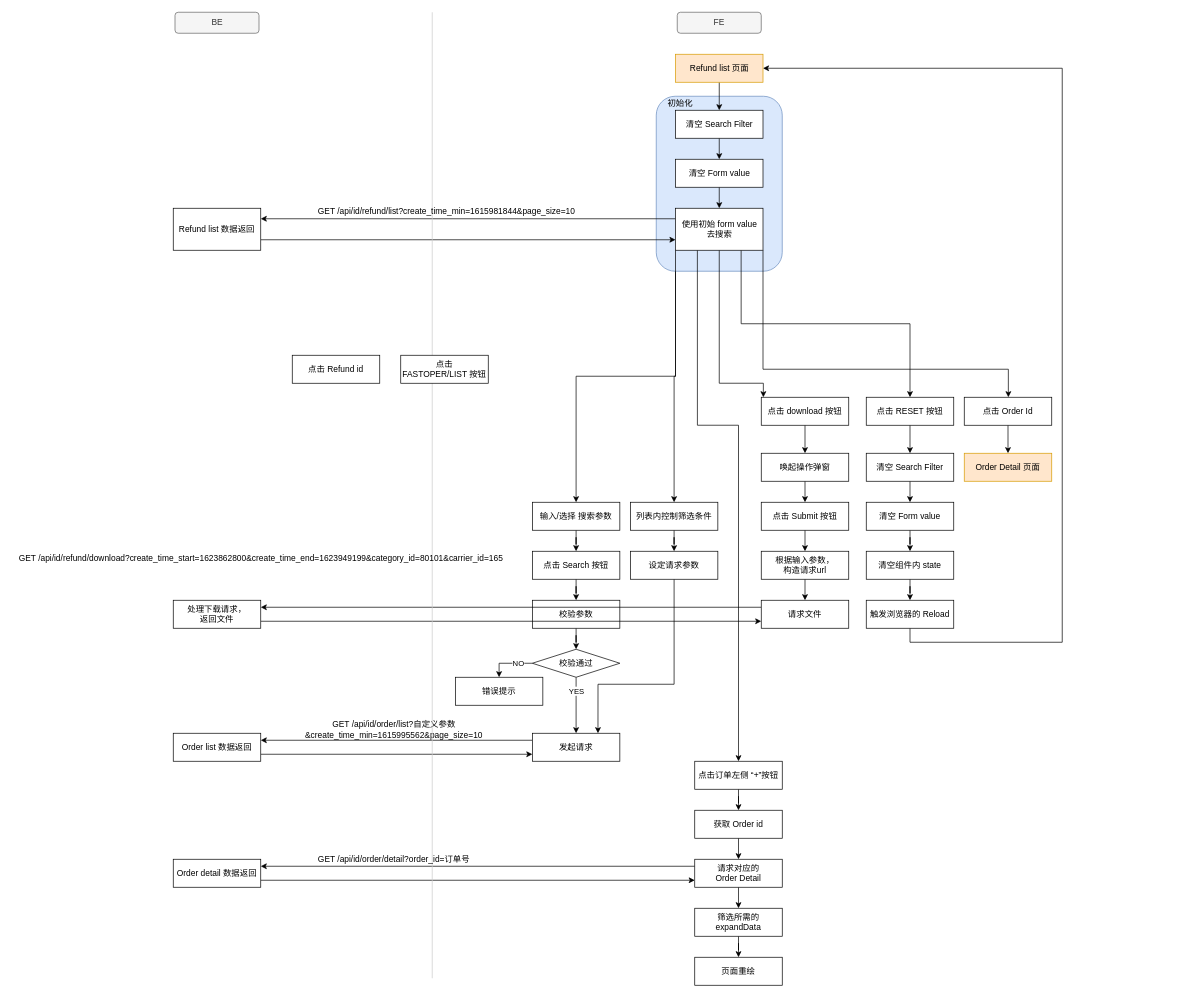
This is page "refund" (3 of 4) of Admin/admin.drawio from junhong2021/Hotel-, a draw.io file, before an edit. Source tidied: cells renumbered, new cells numbered last; positions are measured from the earlier drawing's top-left corner, leaving out a move shared by most shapes. Both pictures are drawn from the tidied source at 70%, with x=0, y=0 at pixel (12, 12).
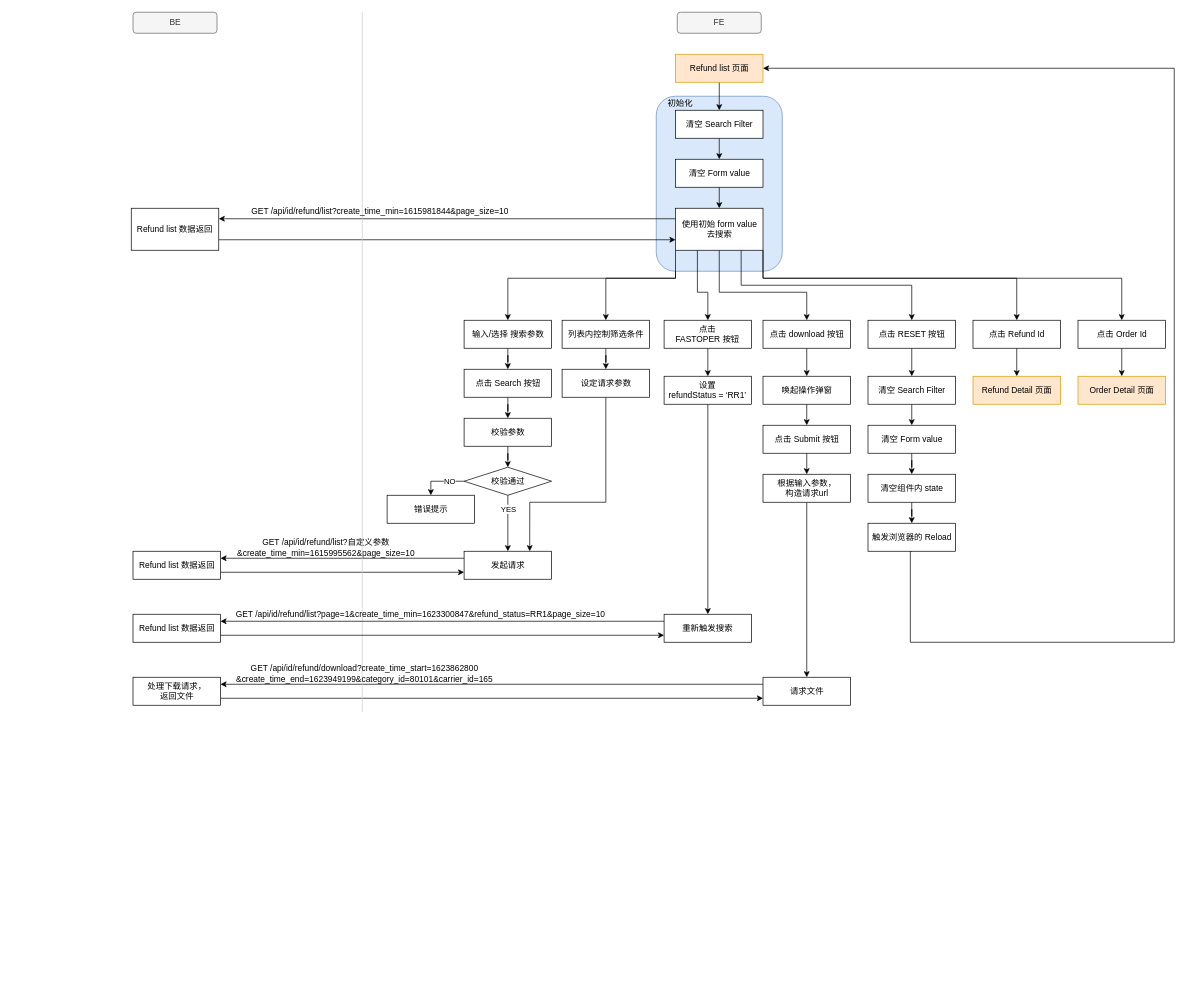
The same page after the edit.

The change refers to these unchanged cells:
```xml
<mxCell id="7" value="Refund list 页面" style="rounded=0;whiteSpace=wrap;html=1;fillColor=#ffe6cc;strokeColor=#d79b00;" parent="1" vertex="1">
  <mxGeometry x="947.5" y="60" width="125" height="40" as="geometry" />
</mxCell>
<mxCell id="22" value="使用初始 form value&lt;br&gt;去搜索" style="rounded=0;whiteSpace=wrap;html=1;" parent="1" vertex="1">
  <mxGeometry x="947.5" y="280" width="125" height="60" as="geometry" />
</mxCell>
```

What changed in the source:
```diff
@@
-<mxGraphModel>
+<mxGraphModel background="#ffffff">
@@
-    <mxCell id="2" style="edgeStyle=orthogonalEdgeStyle;rounded=0;jumpStyle=arc;jettySize=auto;html=1;exitX=1;exitY=0.75;exitDx=0;exitDy=0;entryX=0;entryY=0.75;entryDx=0;entryDy=0;" parent="1" edge="1" source="81" target="58">
-      <mxGeometry relative="1" as="geometry" />
-    </mxCell>
-    <mxCell id="3" style="edgeStyle=orthogonalEdgeStyle;rounded=0;jumpStyle=arc;jettySize=auto;html=1;exitX=0;exitY=0.25;exitDx=0;exitDy=0;entryX=1;entryY=0.25;entryDx=0;entryDy=0;" parent="1" edge="1" source="58" target="81">
-      <mxGeometry relative="1" as="geometry" />
-    </mxCell>
     <mxCell id="4" style="edgeStyle=orthogonalEdgeStyle;rounded=0;jettySize=auto;html=1;exitX=0;exitY=1;exitDx=0;exitDy=0;entryX=0.5;entryY=0;entryDx=0;entryDy=0;jumpStyle=arc;" parent="1" edge="1" source="22" target="50">
-      <mxGeometry relative="1" as="geometry" />
+      <mxGeometry relative="1" as="geometry">
+        <Array as="points">
+          <mxPoint x="948" y="380" />
+          <mxPoint x="848" y="380" />
+        </Array>
+      </mxGeometry>
     </mxCell>
@@
     <mxCell id="8" value="BE" style="rounded=1;whiteSpace=wrap;html=1;fillColor=#f5f5f5;strokeColor=#666666;fontColor=#333333;" parent="1" vertex="1">
-      <mxGeometry x="232.5" width="120" height="30" as="geometry" />
+      <mxGeometry x="172.5" width="120" height="30" as="geometry" />
     </mxCell>
@@
     <mxCell id="11" value="Refund list 数据返回" style="rounded=0;whiteSpace=wrap;html=1;" parent="1" vertex="1">
-      <mxGeometry x="230" y="280" width="125" height="60" as="geometry" />
+      <mxGeometry x="170" y="280" width="125" height="60" as="geometry" />
     </mxCell>
@@
+    <mxCell id="20" style="edgeStyle=orthogonalEdgeStyle;rounded=0;jettySize=auto;html=1;exitX=0;exitY=1;exitDx=0;exitDy=0;jumpStyle=arc;" parent="1" edge="1" source="22" target="25">
+      <mxGeometry relative="1" as="geometry">
+        <Array as="points">
+          <mxPoint x="948" y="380" />
+          <mxPoint x="708" y="380" />
+        </Array>
+      </mxGeometry>
+    </mxCell>
+    <mxCell id="86" style="edgeStyle=orthogonalEdgeStyle;rounded=0;jettySize=auto;html=1;exitX=0.25;exitY=1;exitDx=0;exitDy=0;entryX=0.5;entryY=0;entryDx=0;entryDy=0;" parent="1" edge="1" source="22" target="83">
+      <mxGeometry relative="1" as="geometry">
+        <Array as="points">
+          <mxPoint x="979" y="400" />
+          <mxPoint x="994" y="400" />
+        </Array>
+      </mxGeometry>
+    </mxCell>
-    <mxCell id="18" style="edgeStyle=orthogonalEdgeStyle;rounded=0;jettySize=auto;html=1;exitX=0.5;exitY=1;exitDx=0;exitDy=0;" parent="1" edge="1" source="22" target="36">
+    <mxCell id="18" style="edgeStyle=orthogonalEdgeStyle;rounded=0;jettySize=auto;html=1;exitX=0.5;exitY=1;exitDx=0;exitDy=0;entryX=0.5;entryY=0;entryDx=0;entryDy=0;" parent="1" edge="1" source="22" target="36">
       <mxGeometry relative="1" as="geometry">
         <Array as="points">
-          <mxPoint x="1010" y="530" />
-          <mxPoint x="1073" y="530" />
+          <mxPoint x="1010" y="400" />
+          <mxPoint x="1135" y="400" />
         </Array>
       </mxGeometry>
     </mxCell>
+    <mxCell id="87" style="edgeStyle=orthogonalEdgeStyle;rounded=0;jettySize=auto;html=1;exitX=1;exitY=1;exitDx=0;exitDy=0;entryX=0.5;entryY=0;entryDx=0;entryDy=0;" parent="1" edge="1" source="22" target="89">
+      <mxGeometry relative="1" as="geometry">
+        <Array as="points">
+          <mxPoint x="1072" y="380" />
+          <mxPoint x="1435" y="380" />
+        </Array>
+      </mxGeometry>
+    </mxCell>
-    <mxCell id="19" style="edgeStyle=orthogonalEdgeStyle;rounded=0;jettySize=auto;html=1;exitX=1;exitY=1;exitDx=0;exitDy=0;" parent="1" edge="1" source="22" target="48">
+    <mxCell id="19" style="edgeStyle=orthogonalEdgeStyle;rounded=0;jettySize=auto;html=1;exitX=1;exitY=1;exitDx=0;exitDy=0;entryX=0.5;entryY=0;entryDx=0;entryDy=0;" parent="1" edge="1" source="22" target="48">
       <mxGeometry relative="1" as="geometry">
         <Array as="points">
-          <mxPoint x="1073" y="510" />
-          <mxPoint x="1423" y="510" />
+          <mxPoint x="1072" y="380" />
+          <mxPoint x="1585" y="380" />
         </Array>
       </mxGeometry>
     </mxCell>
-    <mxCell id="20" style="edgeStyle=orthogonalEdgeStyle;rounded=0;jettySize=auto;html=1;exitX=0;exitY=1;exitDx=0;exitDy=0;jumpStyle=arc;" parent="1" edge="1" source="22" target="25">
-      <mxGeometry relative="1" as="geometry" />
-    </mxCell>
-    <mxCell id="21" style="edgeStyle=orthogonalEdgeStyle;rounded=0;jumpStyle=arc;jettySize=auto;html=1;exitX=0.25;exitY=1;exitDx=0;exitDy=0;entryX=0.5;entryY=0;entryDx=0;entryDy=0;" parent="1" edge="1" source="22" target="54">
-      <mxGeometry relative="1" as="geometry">
-        <Array as="points">
-          <mxPoint x="979" y="590" />
-          <mxPoint x="1038" y="590" />
-        </Array>
-      </mxGeometry>
-    </mxCell>
@@
     <mxCell id="25" value="输入/选择 搜索参数" style="rounded=0;whiteSpace=wrap;html=1;" parent="1" vertex="1">
-      <mxGeometry x="743" y="700" width="125" height="40" as="geometry" />
+      <mxGeometry x="645.5" y="440" width="125" height="40" as="geometry" />
     </mxCell>
@@
     <mxCell id="27" value="点击 Search 按钮" style="rounded=0;whiteSpace=wrap;html=1;" parent="1" vertex="1">
-      <mxGeometry x="743" y="770" width="125" height="40" as="geometry" />
+      <mxGeometry x="645.5" y="510" width="125" height="40" as="geometry" />
     </mxCell>
@@
     <mxCell id="29" value="校验参数" style="rounded=0;whiteSpace=wrap;html=1;" parent="1" vertex="1">
-      <mxGeometry x="743" y="840" width="125" height="40" as="geometry" />
+      <mxGeometry x="645.5" y="580" width="125" height="40" as="geometry" />
     </mxCell>
@@
     <mxCell id="31" value="发起请求" style="rounded=0;whiteSpace=wrap;html=1;" parent="1" vertex="1">
-      <mxGeometry x="743" y="1030" width="125" height="40" as="geometry" />
+      <mxGeometry x="645.5" y="770" width="125" height="40" as="geometry" />
     </mxCell>
     <mxCell id="32" value="错误提示" style="rounded=0;whiteSpace=wrap;html=1;" parent="1" vertex="1">
-      <mxGeometry x="633" y="950" width="125" height="40" as="geometry" />
+      <mxGeometry x="535.5" y="690" width="125" height="40" as="geometry" />
     </mxCell>
@@
     <mxCell id="34" value="点击 RESET 按钮" style="rounded=0;whiteSpace=wrap;html=1;" parent="1" vertex="1">
-      <mxGeometry x="1220" y="550" width="125" height="40" as="geometry" />
+      <mxGeometry x="1222.5" y="440" width="125" height="40" as="geometry" />
     </mxCell>
@@
     <mxCell id="36" value="点击 download 按钮" style="rounded=0;whiteSpace=wrap;html=1;" parent="1" vertex="1">
-      <mxGeometry x="1070" y="550" width="125" height="40" as="geometry" />
+      <mxGeometry x="1072.5" y="440" width="125" height="40" as="geometry" />
     </mxCell>
@@
     <mxCell id="38" value="唤起操作弹窗" style="rounded=0;whiteSpace=wrap;html=1;" parent="1" vertex="1">
-      <mxGeometry x="1070" y="630" width="125" height="40" as="geometry" />
+      <mxGeometry x="1072.5" y="520" width="125" height="40" as="geometry" />
     </mxCell>
@@
     <mxCell id="40" value="点击 Submit 按钮" style="rounded=0;whiteSpace=wrap;html=1;" parent="1" vertex="1">
-      <mxGeometry x="1070" y="700" width="125" height="40" as="geometry" />
+      <mxGeometry x="1072.5" y="590" width="125" height="40" as="geometry" />
     </mxCell>
@@
     <mxCell id="42" value="根据输入参数，&lt;br&gt;构造请求url" style="rounded=0;whiteSpace=wrap;html=1;" parent="1" vertex="1">
-      <mxGeometry x="1070" y="770" width="125" height="40" as="geometry" />
+      <mxGeometry x="1072.5" y="660" width="125" height="40" as="geometry" />
     </mxCell>
@@
     <mxCell id="44" value="请求文件" style="rounded=0;whiteSpace=wrap;html=1;" parent="1" vertex="1">
-      <mxGeometry x="1070" y="840" width="125" height="40" as="geometry" />
+      <mxGeometry x="1072.5" y="950" width="125" height="40" as="geometry" />
     </mxCell>
@@
     <mxCell id="46" value="处理下载请求，&lt;br&gt;返回文件" style="rounded=0;whiteSpace=wrap;html=1;" parent="1" vertex="1">
-      <mxGeometry x="230" y="840" width="125" height="40" as="geometry" />
+      <mxGeometry x="172.5" y="950" width="125" height="40" as="geometry" />
     </mxCell>
@@
+    <mxCell id="88" style="edgeStyle=orthogonalEdgeStyle;rounded=0;jettySize=auto;html=1;exitX=0.5;exitY=1;exitDx=0;exitDy=0;" parent="1" edge="1" source="89" target="90">
+      <mxGeometry relative="1" as="geometry" />
+    </mxCell>
     <mxCell id="48" value="点击 Order Id" style="rounded=0;whiteSpace=wrap;html=1;" parent="1" vertex="1">
-      <mxGeometry x="1360" y="550" width="125" height="40" as="geometry" />
+      <mxGeometry x="1522.5" y="440" width="125" height="40" as="geometry" />
     </mxCell>
+    <mxCell id="89" value="点击 Refund Id" style="rounded=0;whiteSpace=wrap;html=1;" parent="1" vertex="1">
+      <mxGeometry x="1372.5" y="440" width="125" height="40" as="geometry" />
+    </mxCell>
@@
     <mxCell id="50" value="列表内控制筛选条件" style="rounded=0;whiteSpace=wrap;html=1;" parent="1" vertex="1">
-      <mxGeometry x="883" y="700" width="125" height="40" as="geometry" />
+      <mxGeometry x="785.5" y="440" width="125" height="40" as="geometry" />
     </mxCell>
     <mxCell id="51" style="edgeStyle=orthogonalEdgeStyle;rounded=0;jettySize=auto;html=1;exitX=0.5;exitY=1;exitDx=0;exitDy=0;entryX=0.75;entryY=0;entryDx=0;entryDy=0;" parent="1" edge="1" source="52" target="31">
       <mxGeometry relative="1" as="geometry">
         <Array as="points">
-          <mxPoint x="946" y="960" />
-          <mxPoint x="837" y="960" />
+          <mxPoint x="848.5" y="700" />
+          <mxPoint x="739.5" y="700" />
         </Array>
       </mxGeometry>
     </mxCell>
     <mxCell id="52" value="设定请求参数" style="rounded=0;whiteSpace=wrap;html=1;" parent="1" vertex="1">
-      <mxGeometry x="883" y="770" width="125" height="40" as="geometry" />
+      <mxGeometry x="785.5" y="510" width="125" height="40" as="geometry" />
     </mxCell>
-    <mxCell id="53" style="edgeStyle=orthogonalEdgeStyle;rounded=0;jumpStyle=arc;jettySize=auto;html=1;exitX=0.5;exitY=1;exitDx=0;exitDy=0;" parent="1" edge="1" source="54" target="56">
-      <mxGeometry relative="1" as="geometry" />
-    </mxCell>
-    <mxCell id="54" value="点击订单左侧 “+”按钮" style="rounded=0;whiteSpace=wrap;html=1;" parent="1" vertex="1">
-      <mxGeometry x="975" y="1070" width="125" height="40" as="geometry" />
-    </mxCell>
-    <mxCell id="55" style="edgeStyle=orthogonalEdgeStyle;rounded=0;jumpStyle=arc;jettySize=auto;html=1;exitX=0.5;exitY=1;exitDx=0;exitDy=0;entryX=0.5;entryY=0;entryDx=0;entryDy=0;" parent="1" edge="1" source="56" target="58">
-      <mxGeometry relative="1" as="geometry" />
-    </mxCell>
-    <mxCell id="56" value="获取 Order id" style="rounded=0;whiteSpace=wrap;html=1;" parent="1" vertex="1">
-      <mxGeometry x="975" y="1140" width="125" height="40" as="geometry" />
-    </mxCell>
-    <mxCell id="57" style="edgeStyle=orthogonalEdgeStyle;rounded=0;jumpStyle=arc;jettySize=auto;html=1;exitX=0.5;exitY=1;exitDx=0;exitDy=0;entryX=0.5;entryY=0;entryDx=0;entryDy=0;" parent="1" edge="1" source="58" target="60">
-      <mxGeometry relative="1" as="geometry" />
-    </mxCell>
-    <mxCell id="58" value="请求对应的 &lt;br&gt;Order Detail" style="rounded=0;whiteSpace=wrap;html=1;" parent="1" vertex="1">
-      <mxGeometry x="975" y="1210" width="125" height="40" as="geometry" />
-    </mxCell>
-    <mxCell id="59" style="edgeStyle=orthogonalEdgeStyle;rounded=0;jumpStyle=arc;jettySize=auto;html=1;exitX=0.5;exitY=1;exitDx=0;exitDy=0;" parent="1" edge="1" source="60" target="61">
-      <mxGeometry relative="1" as="geometry" />
-    </mxCell>
-    <mxCell id="60" value="筛选所需的&lt;br&gt;expandData" style="rounded=0;whiteSpace=wrap;html=1;" parent="1" vertex="1">
-      <mxGeometry x="975" y="1280" width="125" height="40" as="geometry" />
-    </mxCell>
-    <mxCell id="61" value="页面重绘" style="rounded=0;whiteSpace=wrap;html=1;" parent="1" vertex="1">
-      <mxGeometry x="975" y="1350" width="125" height="40" as="geometry" />
-    </mxCell>
     <mxCell id="62" value="Order Detail 页面" style="rounded=0;whiteSpace=wrap;html=1;fillColor=#ffe6cc;strokeColor=#d79b00;" parent="1" vertex="1">
-      <mxGeometry x="1360" y="630" width="125" height="40" as="geometry" />
+      <mxGeometry x="1522.5" y="520" width="125" height="40" as="geometry" />
     </mxCell>
+    <mxCell id="90" value="Refund Detail 页面" style="rounded=0;whiteSpace=wrap;html=1;fillColor=#ffe6cc;strokeColor=#d79b00;" parent="1" vertex="1">
+      <mxGeometry x="1372.5" y="520" width="125" height="40" as="geometry" />
+    </mxCell>
@@
     <mxCell id="64" value="清空 Search Filter" style="rounded=0;whiteSpace=wrap;html=1;" parent="1" vertex="1">
-      <mxGeometry x="1220" y="630" width="125" height="40" as="geometry" />
+      <mxGeometry x="1222.5" y="520" width="125" height="40" as="geometry" />
     </mxCell>
@@
     <mxCell id="66" value="清空 Form value" style="rounded=0;whiteSpace=wrap;html=1;" parent="1" vertex="1">
-      <mxGeometry x="1220" y="700" width="125" height="40" as="geometry" />
+      <mxGeometry x="1222.5" y="590" width="125" height="40" as="geometry" />
     </mxCell>
     <mxCell id="67" style="edgeStyle=orthogonalEdgeStyle;rounded=0;jettySize=auto;html=1;exitX=0.5;exitY=1;exitDx=0;exitDy=0;entryX=1;entryY=0.5;entryDx=0;entryDy=0;" parent="1" edge="1" source="68" target="7">
       <mxGeometry relative="1" as="geometry">
         <Array as="points">
+          <mxPoint x="1283" y="770" />
           <mxPoint x="1283" y="900" />
-          <mxPoint x="1500" y="900" />
-          <mxPoint x="1500" y="80" />
+          <mxPoint x="1660" y="900" />
+          <mxPoint x="1660" y="80" />
         </Array>
       </mxGeometry>
     </mxCell>
     <mxCell id="68" value="触发浏览器的 Reload" style="rounded=0;whiteSpace=wrap;html=1;" parent="1" vertex="1">
-      <mxGeometry x="1220" y="840" width="125" height="40" as="geometry" />
+      <mxGeometry x="1222.5" y="730" width="125" height="40" as="geometry" />
     </mxCell>
@@
     <mxCell id="70" value="清空组件内 state" style="rounded=0;whiteSpace=wrap;html=1;" parent="1" vertex="1">
-      <mxGeometry x="1220" y="770" width="125" height="40" as="geometry" />
+      <mxGeometry x="1222.5" y="660" width="125" height="40" as="geometry" />
     </mxCell>
@@
     <mxCell id="73" value="校验通过" style="rhombus;whiteSpace=wrap;html=1;" parent="1" vertex="1">
-      <mxGeometry x="743" y="910" width="125" height="40" as="geometry" />
+      <mxGeometry x="645.5" y="650" width="125" height="40" as="geometry" />
     </mxCell>
@@
-    <mxCell id="75" value="Order list 数据返回" style="rounded=0;whiteSpace=wrap;html=1;" parent="1" vertex="1">
-      <mxGeometry x="230" y="1030" width="125" height="40" as="geometry" />
+    <mxCell id="75" value="Refund list 数据返回" style="rounded=0;whiteSpace=wrap;html=1;" parent="1" vertex="1">
+      <mxGeometry x="172.5" y="770" width="125" height="40" as="geometry" />
     </mxCell>
-    <mxCell id="76" value="GET /api/id/order/list?自定义参数&lt;br&gt;&amp;amp;create_time_min=1615995562&amp;amp;page_size=10" style="text;html=1;align=center;verticalAlign=middle;strokeColor=none;" parent="1" vertex="1">
-      <mxGeometry x="410" y="1010" width="270" height="30" as="geometry" />
+    <mxCell id="76" value="GET /api/id/refund/list?自定义参数&lt;br&gt;&amp;amp;create_time_min=1615995562&amp;amp;page_size=10" style="text;html=1;align=center;verticalAlign=middle;strokeColor=none;" parent="1" vertex="1">
+      <mxGeometry x="312.5" y="750" width="270" height="30" as="geometry" />
     </mxCell>
@@
     <mxCell id="79" style="endArrow=none;html=1;strokeColor=#CCCCCC;startArrow=none;" parent="1" edge="1">
       <mxGeometry relative="1" as="geometry">
-        <mxPoint x="600" y="1380" as="sourcePoint" />
-        <mxPoint x="600" as="targetPoint" />
+        <mxPoint x="500" y="1000" as="sourcePoint" />
+        <mxPoint x="500" as="targetPoint" />
       </mxGeometry>
     </mxCell>
-    <mxCell id="80" value="GET /api/id/order/detail?order_id=订单号" style="text;html=1;align=center;verticalAlign=middle;strokeColor=none;" parent="1" vertex="1">
-      <mxGeometry x="430" y="1200" width="230" height="20" as="geometry" />
-    </mxCell>
-    <mxCell id="81" value="Order detail 数据返回" style="rounded=0;whiteSpace=wrap;html=1;" parent="1" vertex="1">
-      <mxGeometry x="230" y="1210" width="125" height="40" as="geometry" />
-    </mxCell>
     <mxCell id="82" value="GET /api/id/refund/list?create_time_min=1615981844&amp;amp;page_size=10" style="text;whiteSpace=wrap;html=1;" parent="1" vertex="1">
-      <mxGeometry x="435" y="270" width="385" height="30" as="geometry" />
+      <mxGeometry x="340" y="270" width="385" height="30" as="geometry" />
     </mxCell>
+    <mxCell id="91" style="edgeStyle=orthogonalEdgeStyle;rounded=0;jettySize=auto;html=1;exitX=0.5;exitY=1;exitDx=0;exitDy=0;entryX=0.5;entryY=0;entryDx=0;entryDy=0;" parent="1" edge="1" source="83" target="93">
+      <mxGeometry relative="1" as="geometry" />
+    </mxCell>
-    <mxCell id="83" value="点击 &lt;br&gt;FASTOPER/LIST 按钮" style="rounded=0;whiteSpace=wrap;html=1;" parent="1" vertex="1">
-      <mxGeometry x="555" y="490" width="125" height="40" as="geometry" />
+    <mxCell id="83" value="点击 &lt;br&gt;FASTOPER 按钮" style="rounded=0;whiteSpace=wrap;html=1;" parent="1" vertex="1">
+      <mxGeometry x="931.2" y="440" width="125" height="40" as="geometry" />
     </mxCell>
-    <mxCell id="84" value="点击 Refund id" style="rounded=0;whiteSpace=wrap;html=1;" parent="1" vertex="1">
-      <mxGeometry x="400" y="490" width="125" height="40" as="geometry" />
-    </mxCell>
+    <mxCell id="92" style="edgeStyle=orthogonalEdgeStyle;rounded=0;jettySize=auto;html=1;exitX=0.5;exitY=1;exitDx=0;exitDy=0;entryX=0.5;entryY=0;entryDx=0;entryDy=0;" parent="1" edge="1" source="93" target="95">
+      <mxGeometry relative="1" as="geometry" />
+    </mxCell>
+    <mxCell id="93" value="设置&lt;br&gt;refundStatus = ‘RR1’" style="rounded=0;whiteSpace=wrap;html=1;" parent="1" vertex="1">
+      <mxGeometry x="931.2" y="520" width="125" height="40" as="geometry" />
+    </mxCell>
+    <mxCell id="94" style="edgeStyle=orthogonalEdgeStyle;rounded=0;jettySize=auto;html=1;exitX=0;exitY=0.25;exitDx=0;exitDy=0;entryX=1;entryY=0.25;entryDx=0;entryDy=0;" parent="1" edge="1" source="95" target="97">
+      <mxGeometry relative="1" as="geometry" />
+    </mxCell>
+    <mxCell id="95" value="重新触发搜索" style="rounded=0;whiteSpace=wrap;html=1;" parent="1" vertex="1">
+      <mxGeometry x="931.2" y="860" width="125" height="40" as="geometry" />
+    </mxCell>
+    <mxCell id="96" style="edgeStyle=orthogonalEdgeStyle;rounded=0;jettySize=auto;html=1;exitX=1;exitY=0.75;exitDx=0;exitDy=0;entryX=0;entryY=0.75;entryDx=0;entryDy=0;" parent="1" edge="1" source="97" target="95">
+      <mxGeometry relative="1" as="geometry" />
+    </mxCell>
+    <mxCell id="97" value="Refund list 数据返回" style="rounded=0;whiteSpace=wrap;html=1;" parent="1" vertex="1">
+      <mxGeometry x="172.5" y="860" width="125" height="40" as="geometry" />
+    </mxCell>
-    <mxCell id="85" value="GET /api/id/refund/download?create_time_start=1623862800&amp;amp;create_time_end=1623949199&amp;amp;category_id=80101&amp;amp;carrier_id=165" style="text;html=1;align=center;verticalAlign=middle;strokeColor=none;" parent="1" vertex="1">
-      <mxGeometry y="770" width="710" height="20" as="geometry" />
+    <mxCell id="85" value="GET /api/id/refund/download?create_time_start=1623862800&lt;br&gt;&amp;amp;create_time_end=1623949199&amp;amp;category_id=80101&amp;amp;carrier_id=165" style="text;html=1;align=center;verticalAlign=middle;strokeColor=none;" parent="1" vertex="1">
+      <mxGeometry x="312.5" y="930" width="380" height="30" as="geometry" />
     </mxCell>
+    <mxCell id="98" value="GET&amp;nbsp;/api/id/refund/list?page=1&amp;amp;create_time_min=1623300847&amp;amp;refund_status=RR1&amp;amp;page_size=10" style="text;html=1;align=center;verticalAlign=middle;strokeColor=none;" parent="1" vertex="1">
+      <mxGeometry x="312.5" y="850" width="540" height="20" as="geometry" />
+    </mxCell>
```
